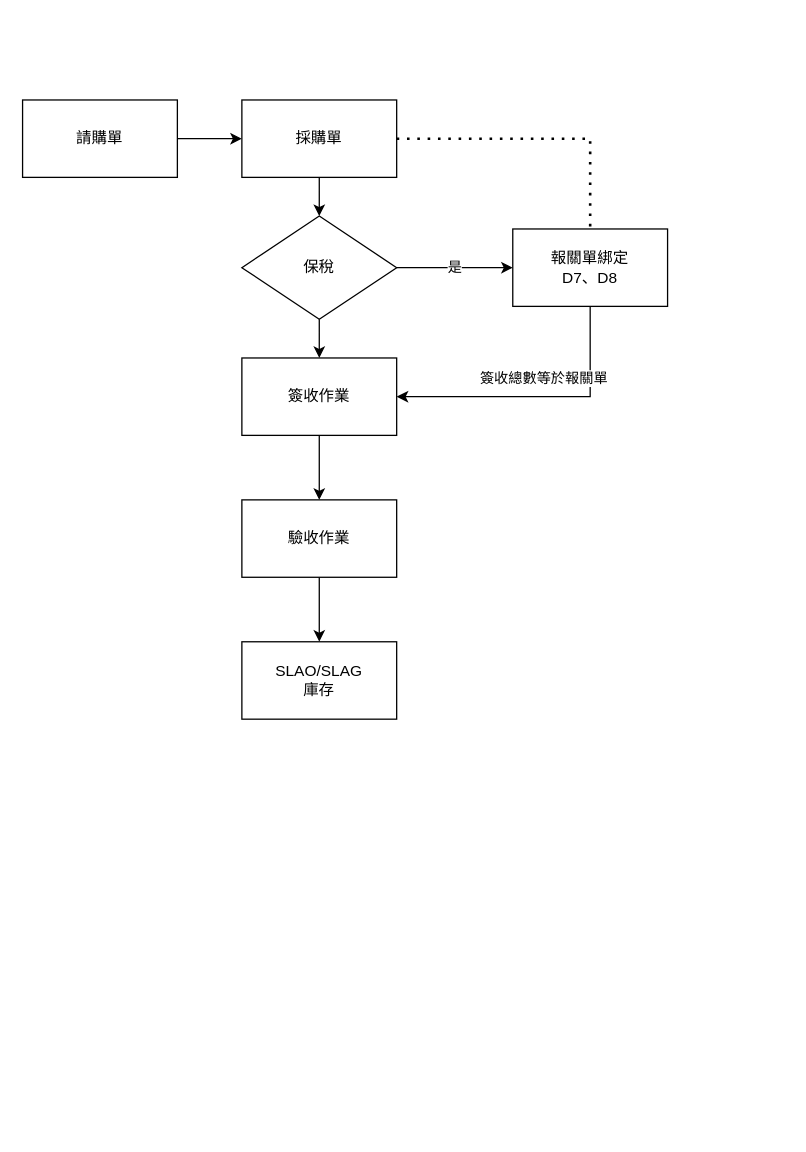
This is SWMS.drawio from pata0202/wcBot, a draw.io file, before an edit. Source tidied: cells renumbered, new cells numbered last; positions are measured from the earlier drawing's top-left corner, leaving out a move shared by most shapes. Both pictures are drawn from the tidied source at 129%, with x=0, y=0 at pixel (22, 99).
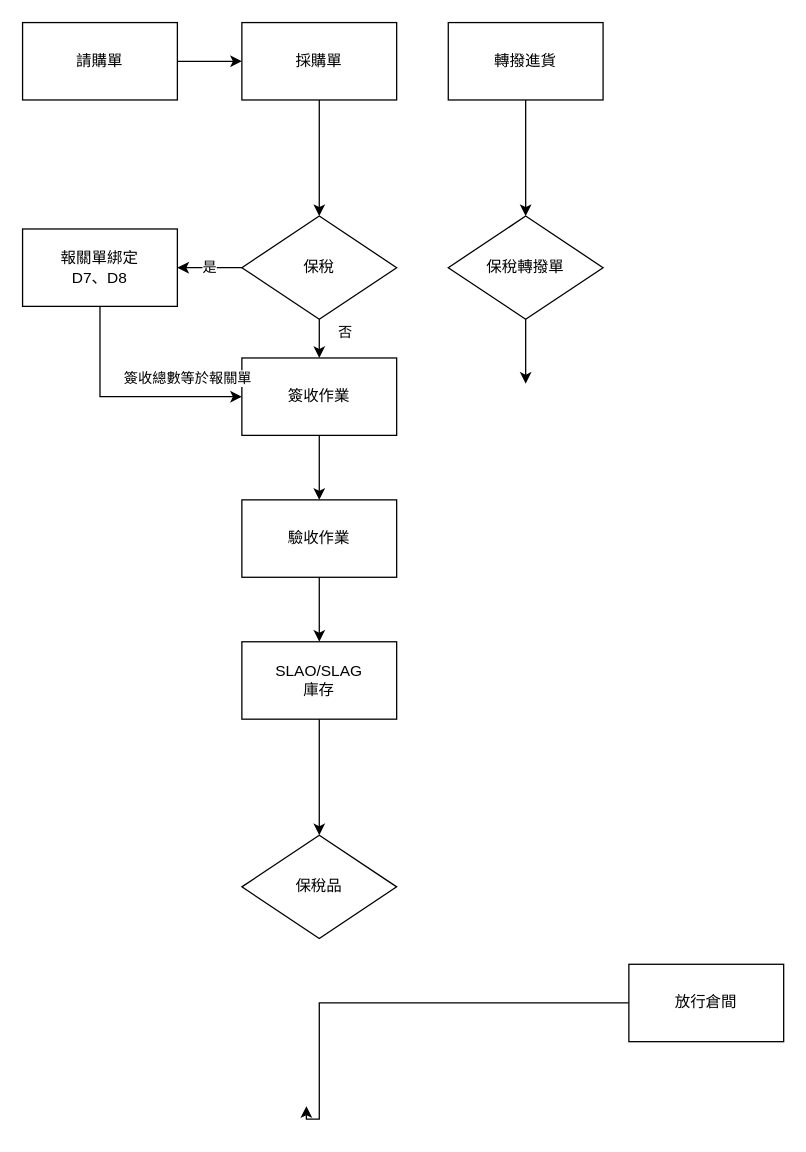
After the change.

The change refers to these unchanged cells:
```xml
<mxCell id="7" value="保稅" style="rhombus;whiteSpace=wrap;html=1;" parent="1" vertex="1">
  <mxGeometry x="170" y="90" width="120" height="80" as="geometry" />
</mxCell>
<mxCell id="11" value="簽收作業" style="rounded=0;whiteSpace=wrap;html=1;" parent="1" vertex="1">
  <mxGeometry x="170" y="200" width="120" height="60" as="geometry" />
</mxCell>
<mxCell id="16" value="SLAO/SLAG&lt;br&gt;庫存" style="whiteSpace=wrap;html=1;rounded=0;" parent="1" vertex="1">
  <mxGeometry x="170" y="420" width="120" height="60" as="geometry" />
</mxCell>
```

The edit, as a diff of the source:
```diff
@@
     <mxCell id="2" value="請購單" style="rounded=0;whiteSpace=wrap;html=1;" parent="1" vertex="1">
-      <mxGeometry width="120" height="60" as="geometry" />
+      <mxGeometry y="-60" width="120" height="60" as="geometry" />
     </mxCell>
@@
     <mxCell id="5" value="採購單" style="rounded=0;whiteSpace=wrap;html=1;" parent="1" vertex="1">
-      <mxGeometry x="170" width="120" height="60" as="geometry" />
+      <mxGeometry x="170" y="-60" width="120" height="60" as="geometry" />
     </mxCell>
-    <mxCell id="6" style="edgeStyle=orthogonalEdgeStyle;rounded=0;jettySize=auto;html=1;" parent="1" edge="1" source="7" target="11">
-      <mxGeometry relative="1" as="geometry" />
+    <mxCell id="6" value="否" style="edgeStyle=orthogonalEdgeStyle;rounded=0;jettySize=auto;html=1;exitX=0.5;exitY=1;exitDx=0;exitDy=0;exitPerimeter=0;" parent="1" edge="1" source="7" target="11">
+      <mxGeometry x="-0.6" y="20" relative="1" as="geometry" />
     </mxCell>
@@
     <mxCell id="8" value="報關單綁定&lt;br&gt;D7、D8" style="whiteSpace=wrap;html=1;" parent="1" vertex="1">
-      <mxGeometry x="380" y="100" width="120" height="60" as="geometry" />
+      <mxGeometry y="100" width="120" height="60" as="geometry" />
     </mxCell>
-    <mxCell id="9" value="是" style="endArrow=classic;html=1;rounded=0;entryX=0;entryY=0.5;entryDx=0;entryDy=0;" parent="1" edge="1" target="8">
+    <mxCell id="9" value="是" style="endArrow=classic;html=1;rounded=0;exitX=0;exitY=0.5;exitDx=0;exitDy=0;" parent="1" edge="1" source="7">
       <mxGeometry relative="1" as="geometry">
-        <mxPoint x="290" y="130" as="sourcePoint" />
+        <mxPoint x="120" y="130" as="targetPoint" />
       </mxGeometry>
     </mxCell>
@@
-    <mxCell id="12" style="endArrow=classic;html=1;rounded=0;exitX=0.5;exitY=1;exitDx=0;exitDy=0;entryX=1;entryY=0.5;entryDx=0;entryDy=0;" parent="1" edge="1" source="8" target="11">
+    <mxCell id="12" style="endArrow=classic;html=1;rounded=0;exitX=0.5;exitY=1;exitDx=0;exitDy=0;" parent="1" edge="1" source="8">
       <mxGeometry relative="1" as="geometry">
+        <mxPoint x="170" y="230" as="targetPoint" />
         <Array as="points">
-          <mxPoint x="440" y="230" />
+          <mxPoint x="60" y="230" />
         </Array>
       </mxGeometry>
     </mxCell>
@@
+    <mxCell id="18" style="edgeStyle=orthogonalEdgeStyle;rounded=0;jettySize=auto;html=1;" parent="1" edge="1" source="16" target="21">
+      <mxGeometry relative="1" as="geometry" />
+    </mxCell>
@@
-    <mxCell id="17" style="endArrow=none;dashed=1;html=1;dashPattern=1 3;strokeWidth=2;rounded=0;entryX=0.5;entryY=0;entryDx=0;entryDy=0;" parent="1" edge="1" target="8">
-      <mxGeometry relative="1" as="geometry">
-        <mxPoint x="290" y="30" as="sourcePoint" />
-        <Array as="points">
-          <mxPoint x="440" y="30" />
-        </Array>
-      </mxGeometry>
-    </mxCell>
+    <mxCell id="19" style="edgeStyle=orthogonalEdgeStyle;rounded=0;jettySize=auto;html=1;" parent="1" edge="1" source="20">
+      <mxGeometry relative="1" as="geometry">
+        <mxPoint x="220" y="780" as="targetPoint" />
+        <Array as="points">
+          <mxPoint x="230" y="790" />
+          <mxPoint x="220" y="790" />
+        </Array>
+      </mxGeometry>
+    </mxCell>
+    <mxCell id="20" value="放行倉間" style="rounded=0;whiteSpace=wrap;html=1;" parent="1" vertex="1">
+      <mxGeometry x="470" y="670" width="120" height="60" as="geometry" />
+    </mxCell>
+    <mxCell id="21" value="保稅品" style="rhombus;whiteSpace=wrap;html=1;" parent="1" vertex="1">
+      <mxGeometry x="170" y="570" width="120" height="80" as="geometry" />
+    </mxCell>
+    <mxCell id="22" value="轉撥進貨" style="rounded=0;whiteSpace=wrap;html=1;" parent="1" vertex="1">
+      <mxGeometry x="330" y="-60" width="120" height="60" as="geometry" />
+    </mxCell>
+    <mxCell id="23" value="保稅轉撥單" style="rhombus;whiteSpace=wrap;html=1;" parent="1" vertex="1">
+      <mxGeometry x="330" y="90" width="120" height="80" as="geometry" />
+    </mxCell>
+    <mxCell id="24" style="endArrow=classic;html=1;rounded=0;exitX=0.5;exitY=1;exitDx=0;exitDy=0;entryX=0.5;entryY=0;entryDx=0;entryDy=0;" parent="1" edge="1" source="22" target="23">
+      <mxGeometry relative="1" as="geometry" />
+    </mxCell>
+    <mxCell id="25" style="endArrow=classic;html=1;rounded=0;exitX=0.5;exitY=1;exitDx=0;exitDy=0;" parent="1" edge="1" source="23">
+      <mxGeometry relative="1" as="geometry">
+        <mxPoint x="390" y="220" as="targetPoint" />
+      </mxGeometry>
+    </mxCell>
```
